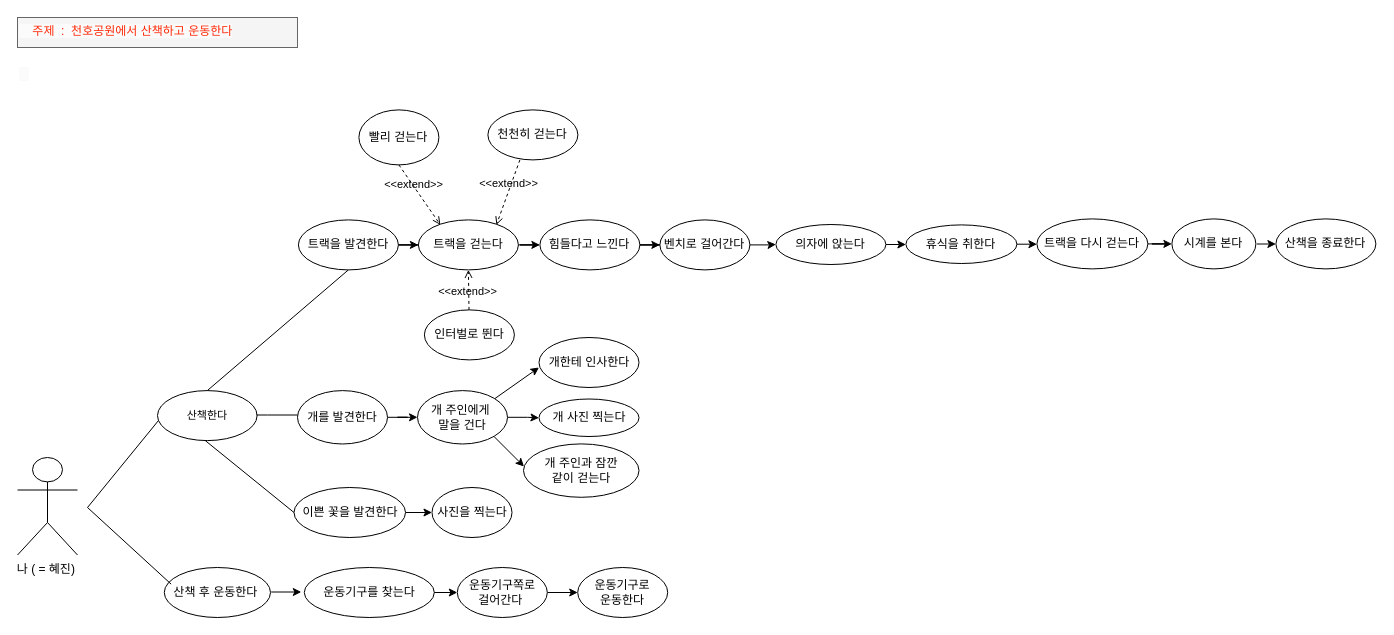
Above: usecase_diagram/제목 없는 다이어그램.drawio in Jin-bright/diagram_study (draw.io), before the change. Source tidied: cells renumbered, new cells numbered last; positions are measured from the earlier drawing's top-left corner, leaving out a move shared by most shapes. Both pictures are drawn from the tidied source at 100%, with x=0, y=0 at pixel (17, 17).
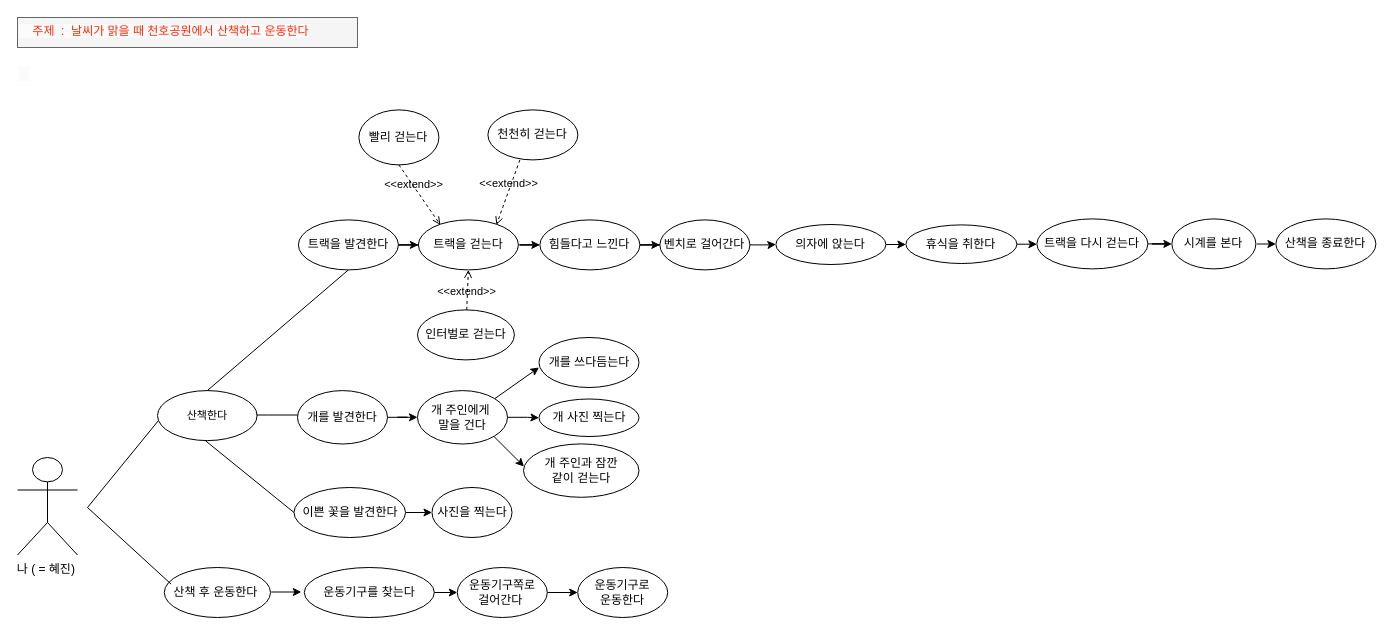
The same page after the edit.

The edit, as a diff of the source:
```diff
@@
-    <mxCell id="33" value="&lt;span style=&quot;color: rgb(255, 41, 8); font-family: Helvetica; font-size: 12px; font-style: normal; font-variant-ligatures: normal; font-variant-caps: normal; font-weight: 400; letter-spacing: normal; orphans: 2; text-align: left; text-indent: 0px; text-transform: none; widows: 2; word-spacing: 0px; -webkit-text-stroke-width: 0px; background-color: rgb(251, 251, 251); text-decoration-thickness: initial; text-decoration-style: initial; text-decoration-color: initial; float: none; display: inline !important;&quot;&gt;&amp;nbsp; &amp;nbsp; 주제&amp;nbsp; :&amp;nbsp; 천호공원에서 산책하고 운동한다&lt;br&gt;&lt;br&gt;&lt;br&gt;&amp;nbsp; &amp;nbsp;&lt;br&gt;&lt;/span&gt;" style="text;whiteSpace=wrap;html=1;fillColor=#f5f5f5;fontColor=#333333;strokeColor=#666666;" parent="1" vertex="1">
-      <mxGeometry width="280" height="30" as="geometry" />
+    <mxCell id="33" value="&lt;span style=&quot;color: rgb(255, 41, 8); font-family: Helvetica; font-size: 12px; font-style: normal; font-variant-ligatures: normal; font-variant-caps: normal; font-weight: 400; letter-spacing: normal; orphans: 2; text-align: left; text-indent: 0px; text-transform: none; widows: 2; word-spacing: 0px; -webkit-text-stroke-width: 0px; background-color: rgb(251, 251, 251); text-decoration-thickness: initial; text-decoration-style: initial; text-decoration-color: initial; float: none; display: inline !important;&quot;&gt;&amp;nbsp; &amp;nbsp; 주제&amp;nbsp; :&amp;nbsp; 날씨가 맑을 때 천호공원에서 산책하고 운동한다&lt;br&gt;&lt;br&gt;&lt;br&gt;&amp;nbsp; &amp;nbsp;&lt;br&gt;&lt;/span&gt;" style="text;whiteSpace=wrap;html=1;fillColor=#f5f5f5;fontColor=#333333;strokeColor=#666666;" parent="1" vertex="1">
+      <mxGeometry width="340" height="30" as="geometry" />
     </mxCell>
@@
-    <mxCell id="41" value="개한테 인사한다" style="ellipse;whiteSpace=wrap;html=1;" parent="1" vertex="1">
+    <mxCell id="41" value="개를 쓰다듬는다" style="ellipse;whiteSpace=wrap;html=1;" parent="1" vertex="1">
       <mxGeometry x="521.5" y="320" width="100" height="50" as="geometry" />
     </mxCell>
@@
-    <mxCell id="46" value="인터벌로 뛴다" style="ellipse;whiteSpace=wrap;html=1;" parent="1" vertex="1">
-      <mxGeometry x="406.9" y="292.4" width="90" height="50" as="geometry" />
+    <mxCell id="46" value="인터벌로 걷는다" style="ellipse;whiteSpace=wrap;html=1;" parent="1" vertex="1">
+      <mxGeometry x="400" y="292.4" width="96.9" height="50" as="geometry" />
     </mxCell>
```
